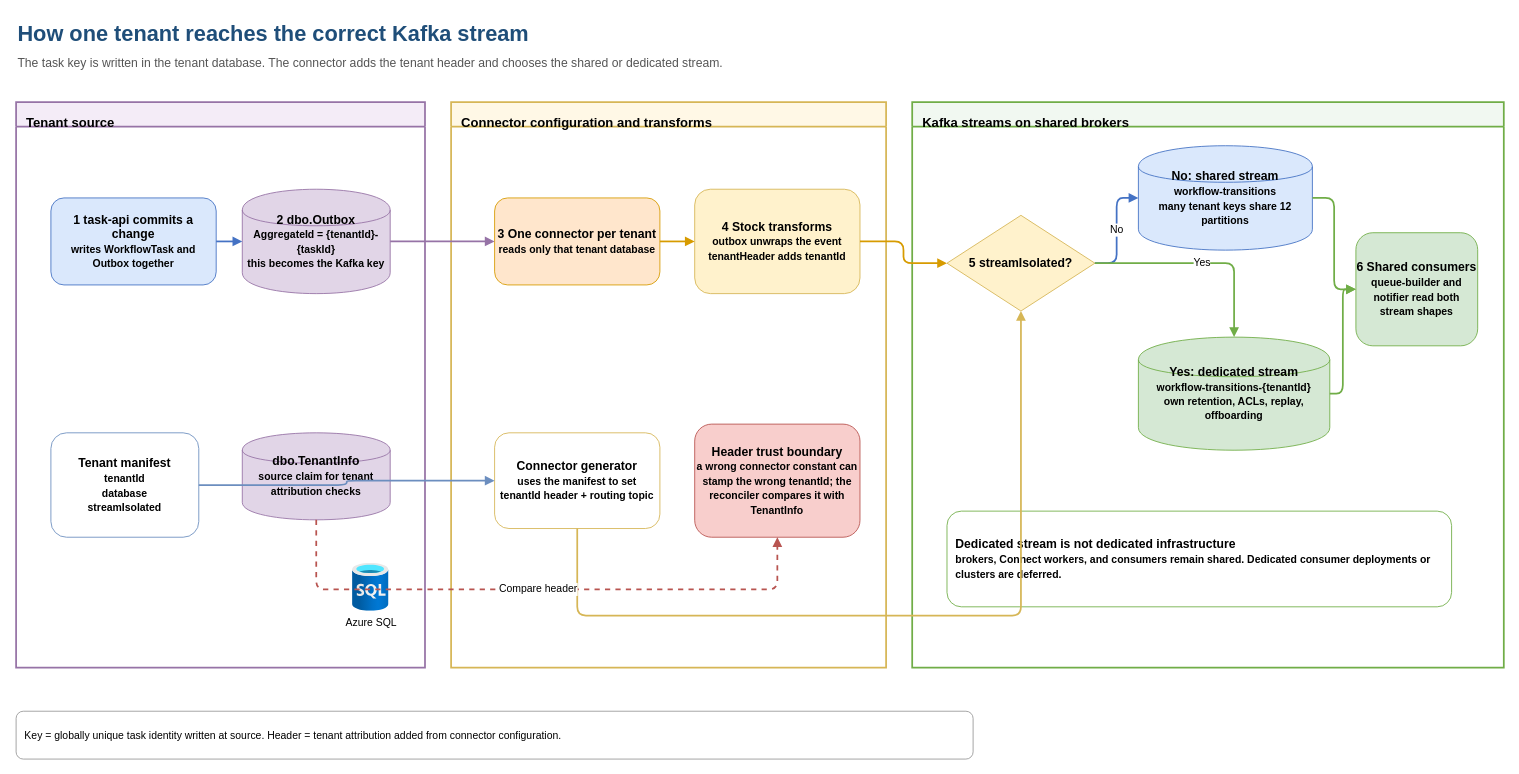
This is docs/diagrams/tenant-routing-isolation.drawio from collaborationwithothers/cdc-platform-azure, a draw.io file, before an edit. Source tidied: cells renumbered, new cells numbered last; positions are measured from the earlier drawing's top-left corner, leaving out a move shared by most shapes. Both pictures are drawn from the tidied source at 87%, with x=0, y=0 at pixel (16, 15).
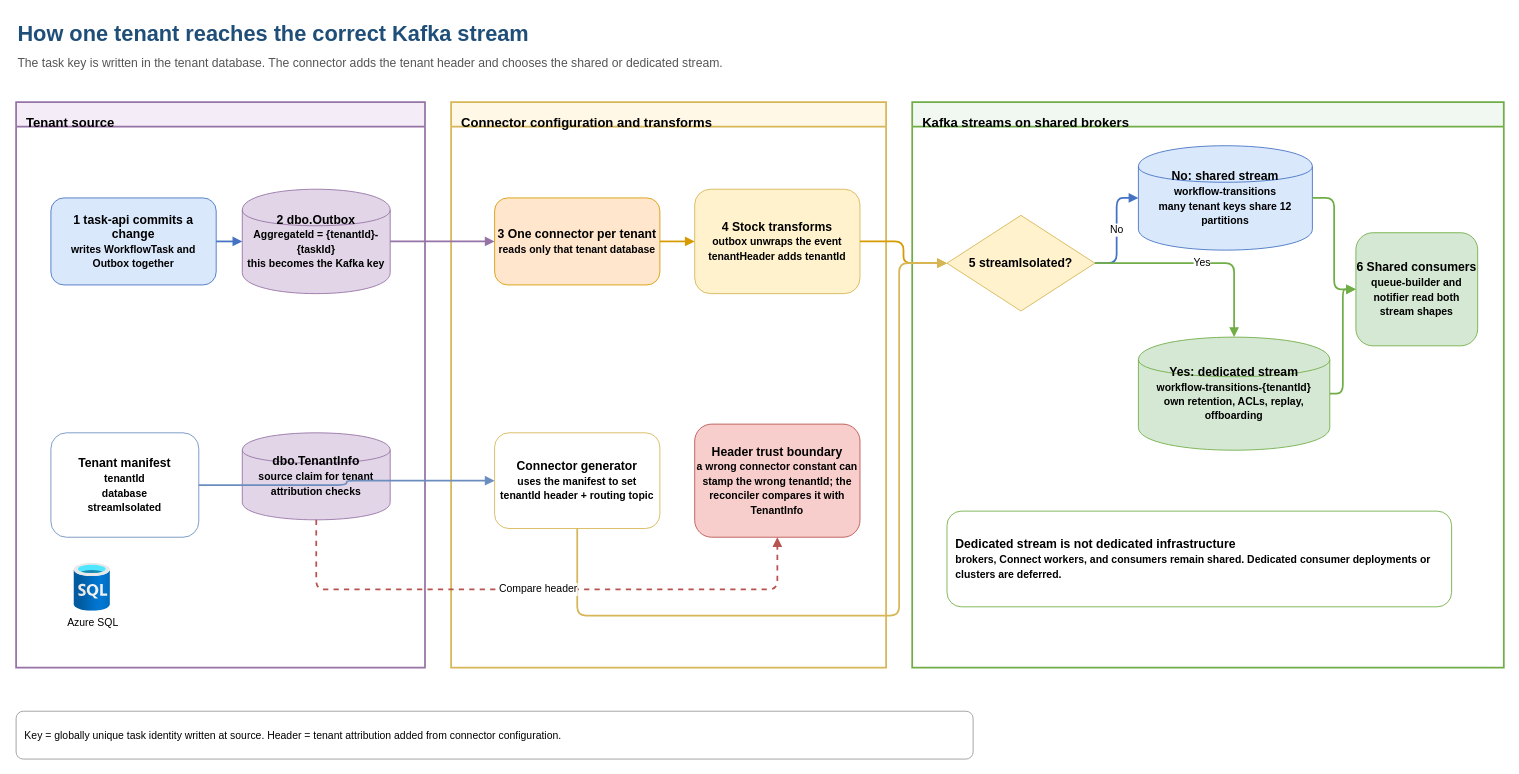
Above is the later version.

Commit message:
docs: clear tenant routing callouts (#68)

The change refers to these unchanged cells:
```xml
<mxCell id="10" value="dbo.TenantInfo&lt;br&gt;&lt;font style=&quot;font-size:12px&quot;&gt;source claim for tenant attribution checks&lt;/font&gt;" style="shape=cylinder;whiteSpace=wrap;html=1;fillColor=#e1d5e7;strokeColor=#9673a6;fontSize=14;fontStyle=1;" parent="1" vertex="1">
  <mxGeometry x="260" y="480" width="170" height="100" as="geometry" />
</mxCell>
<mxCell id="14" value="Connector generator&lt;br&gt;&lt;font style=&quot;font-size:12px&quot;&gt;uses the manifest to set&lt;br&gt;tenantId header + routing topic&lt;/font&gt;" style="rounded=1;whiteSpace=wrap;html=1;fillColor=#ffffff;strokeColor=#d6b656;fontSize=14;fontStyle=1;" parent="1" vertex="1">
  <mxGeometry x="550" y="480" width="190" height="110" as="geometry" />
</mxCell>
<mxCell id="15" value="Header trust boundary&lt;br&gt;&lt;font style=&quot;font-size:12px&quot;&gt;a wrong connector constant can stamp the wrong tenantId; the reconciler compares it with TenantInfo&lt;/font&gt;" style="rounded=1;whiteSpace=wrap;html=1;fillColor=#f8cecc;strokeColor=#b85450;fontSize=14;fontStyle=1;" parent="1" vertex="1">
  <mxGeometry x="780" y="470" width="190" height="130" as="geometry" />
</mxCell>
<mxCell id="16" value="5 streamIsolated?" style="rhombus;whiteSpace=wrap;html=1;fillColor=#fff2cc;strokeColor=#d6b656;fontSize=14;fontStyle=1;" parent="1" vertex="1">
  <mxGeometry x="1070" y="230" width="170" height="110" as="geometry" />
</mxCell>
```

What changed in the source:
```diff
@@
     <mxCell id="11" value="Azure SQL" style="shape=image;html=1;verticalLabelPosition=bottom;verticalAlign=top;align=center;fontSize=12;image=img/lib/azure2/databases/SQL_Database.svg;" parent="1" vertex="1">
-      <mxGeometry x="380" y="630" width="55" height="55" as="geometry" />
+      <mxGeometry x="60" y="630" width="55" height="55" as="geometry" />
     </mxCell>
@@
-    <mxCell id="30" style="edgeStyle=orthogonalEdgeStyle;rounded=1;html=1;strokeColor=#d6b656;strokeWidth=2;endArrow=block;flowAnimation=1;exitX=0.5;exitY=1;entryX=0.5;entryY=1;exitX=0.5;exitY=1.0;exitDx=0;exitDy=0;exitPerimeter=0;entryX=0.5;entryY=1.0;entryDx=0;entryDy=0;entryPerimeter=0;" parent="1" edge="1" source="14" target="16">
+    <mxCell id="30" style="edgeStyle=orthogonalEdgeStyle;rounded=1;html=1;strokeColor=#d6b656;strokeWidth=2;endArrow=block;flowAnimation=1;exitX=0.5;exitY=1;entryX=0;entryY=0.5;exitX=0.5;exitY=1.0;exitDx=0;exitDy=0;exitPerimeter=0;entryX=0.0;entryY=0.5;entryDx=0;entryDy=0;entryPerimeter=0;" parent="1" edge="1" source="14" target="16">
       <mxGeometry relative="1" as="geometry">
         <Array as="points">
           <mxPoint x="645" y="690" />
-          <mxPoint x="1155" y="690" />
+          <mxPoint x="1015" y="690" />
+          <mxPoint x="1015" y="285" />
         </Array>
       </mxGeometry>
     </mxCell>
-    <mxCell id="31" value="Compare header" style="edgeStyle=orthogonalEdgeStyle;rounded=1;html=1;strokeColor=#b85450;strokeWidth=2;dashed=1;endArrow=block;fontSize=12;exitX=0.5;exitY=1;entryX=0.5;entryY=1;exitX=0.5;exitY=1.0;exitDx=0;exitDy=0;exitPerimeter=0;entryX=0.5;entryY=1.0;entryDx=0;entryDy=0;entryPerimeter=0;" parent="1" edge="1" source="10" target="15">
+    <mxCell id="31" value="Compare header" style="edgeStyle=orthogonalEdgeStyle;rounded=1;html=1;strokeColor=#b85450;strokeWidth=2;dashed=1;endArrow=block;fontSize=12;exitX=0.5;exitY=1;entryX=0.5;entryY=1;exitX=0.5;exitY=1.0;exitDx=0;exitDy=0;exitPerimeter=0;entryX=0.5;entryY=1.0;entryDx=0;entryDy=0;entryPerimeter=0;exitX=0.5;exitY=1.0;exitDx=0;exitDy=0;exitPerimeter=0;entryX=0.5;entryY=1.0;entryDx=0;entryDy=0;entryPerimeter=0;" parent="1" edge="1" source="10" target="15">
       <mxGeometry relative="1" as="geometry">
         <Array as="points">
           <mxPoint x="345" y="660" />
           <mxPoint x="875" y="660" />
         </Array>
       </mxGeometry>
     </mxCell>
```
